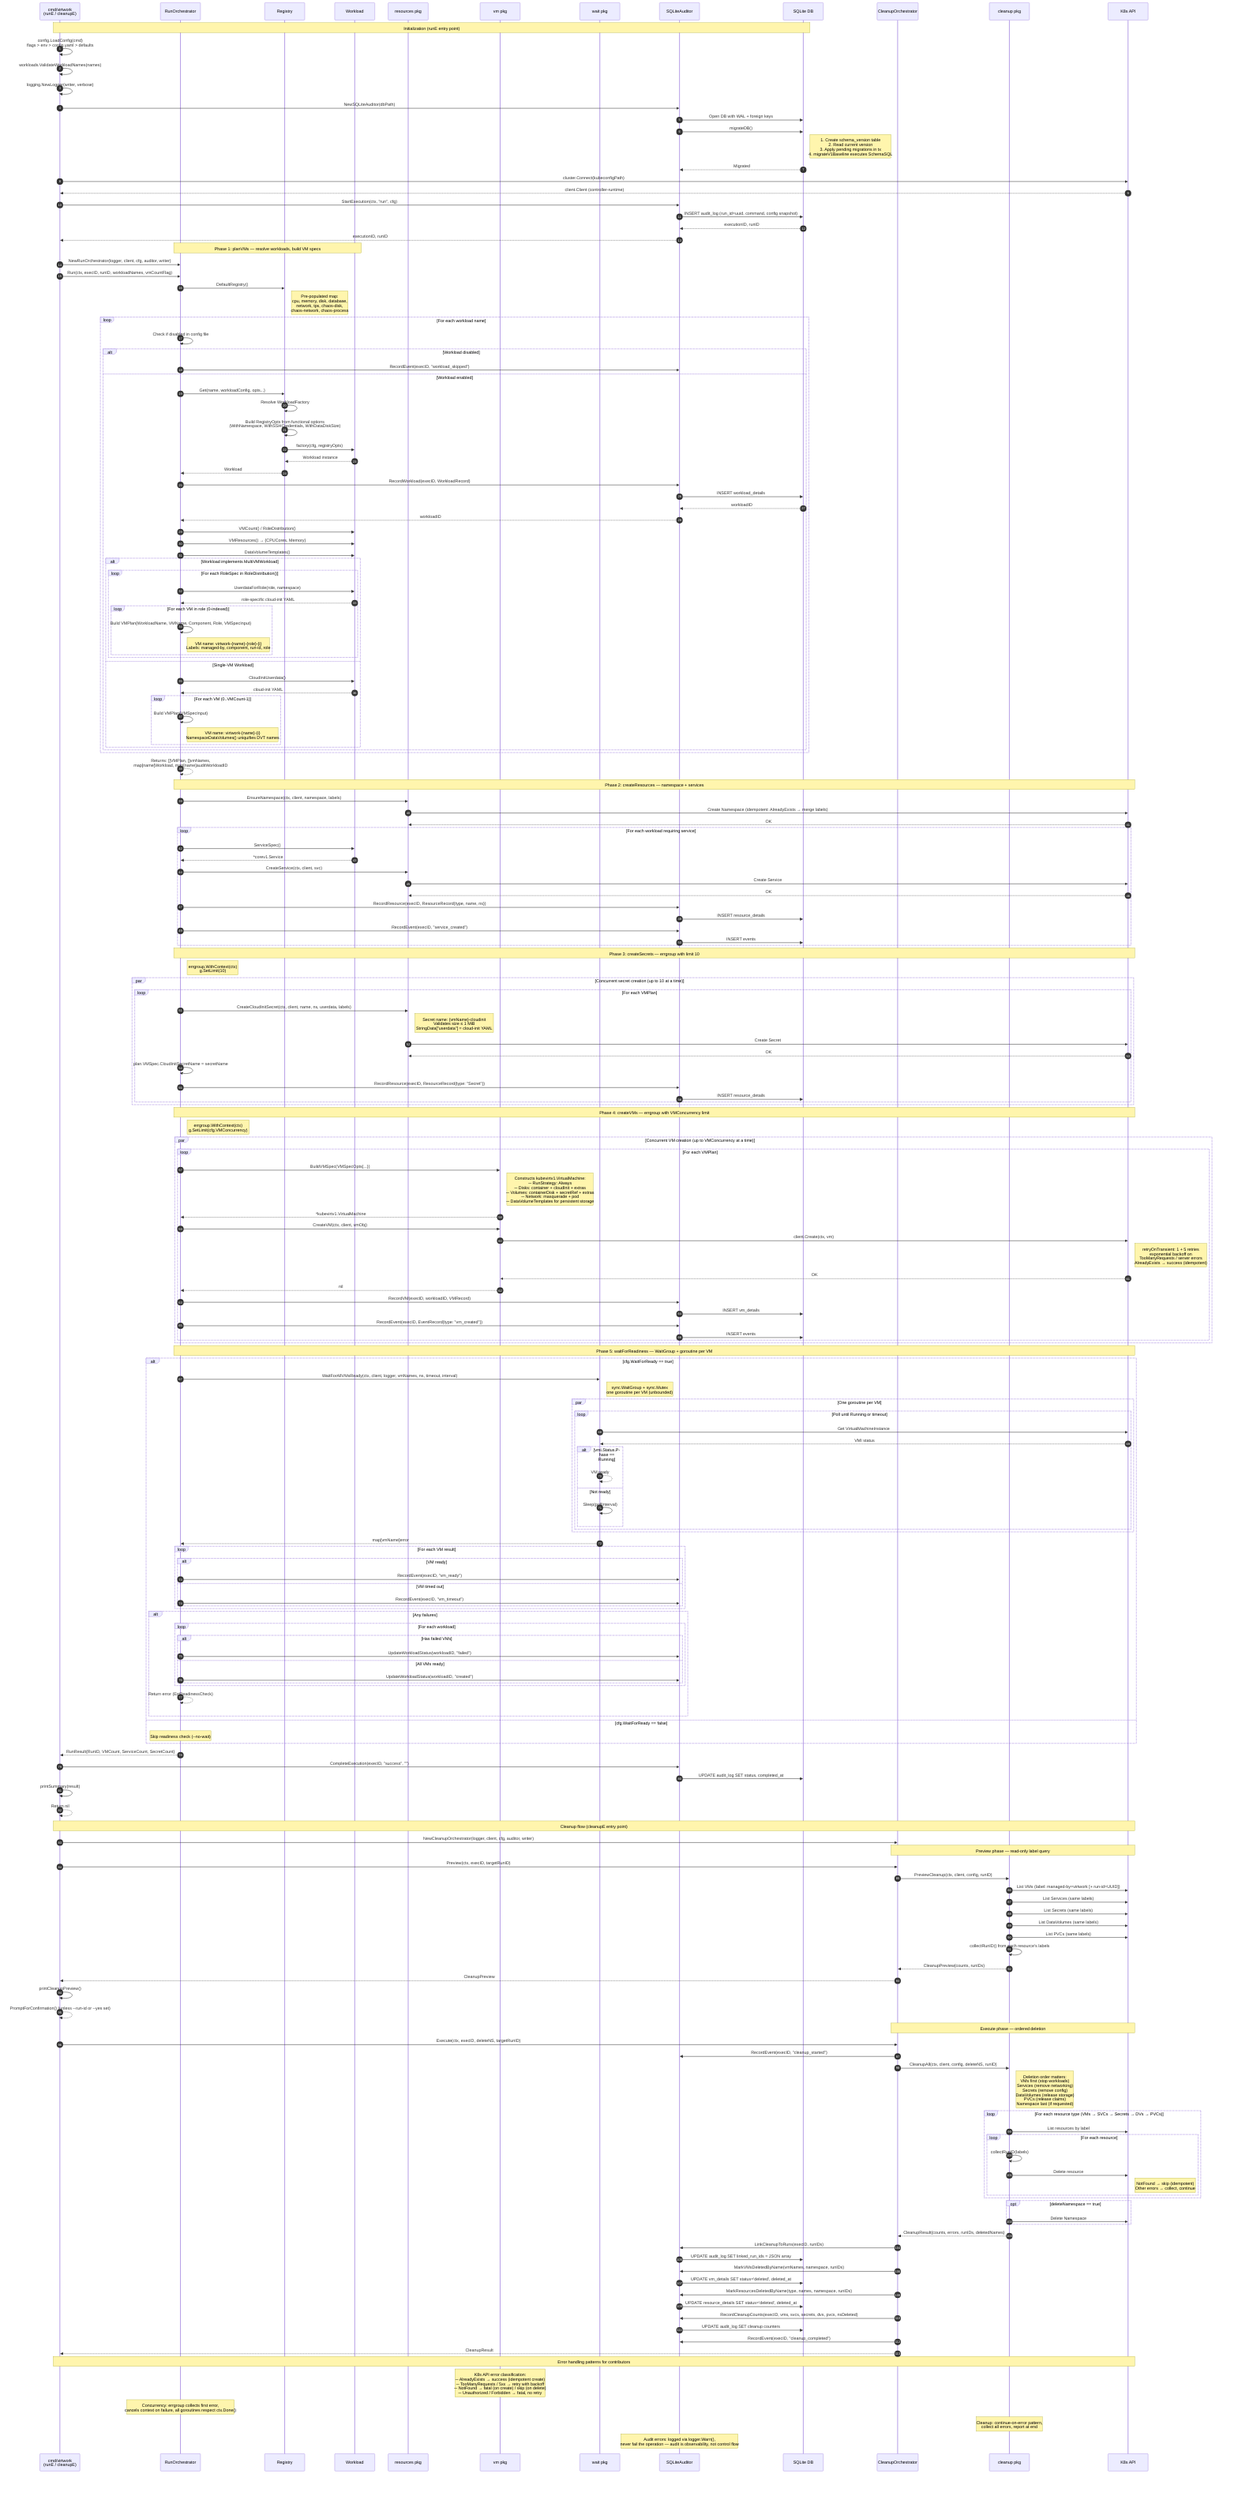
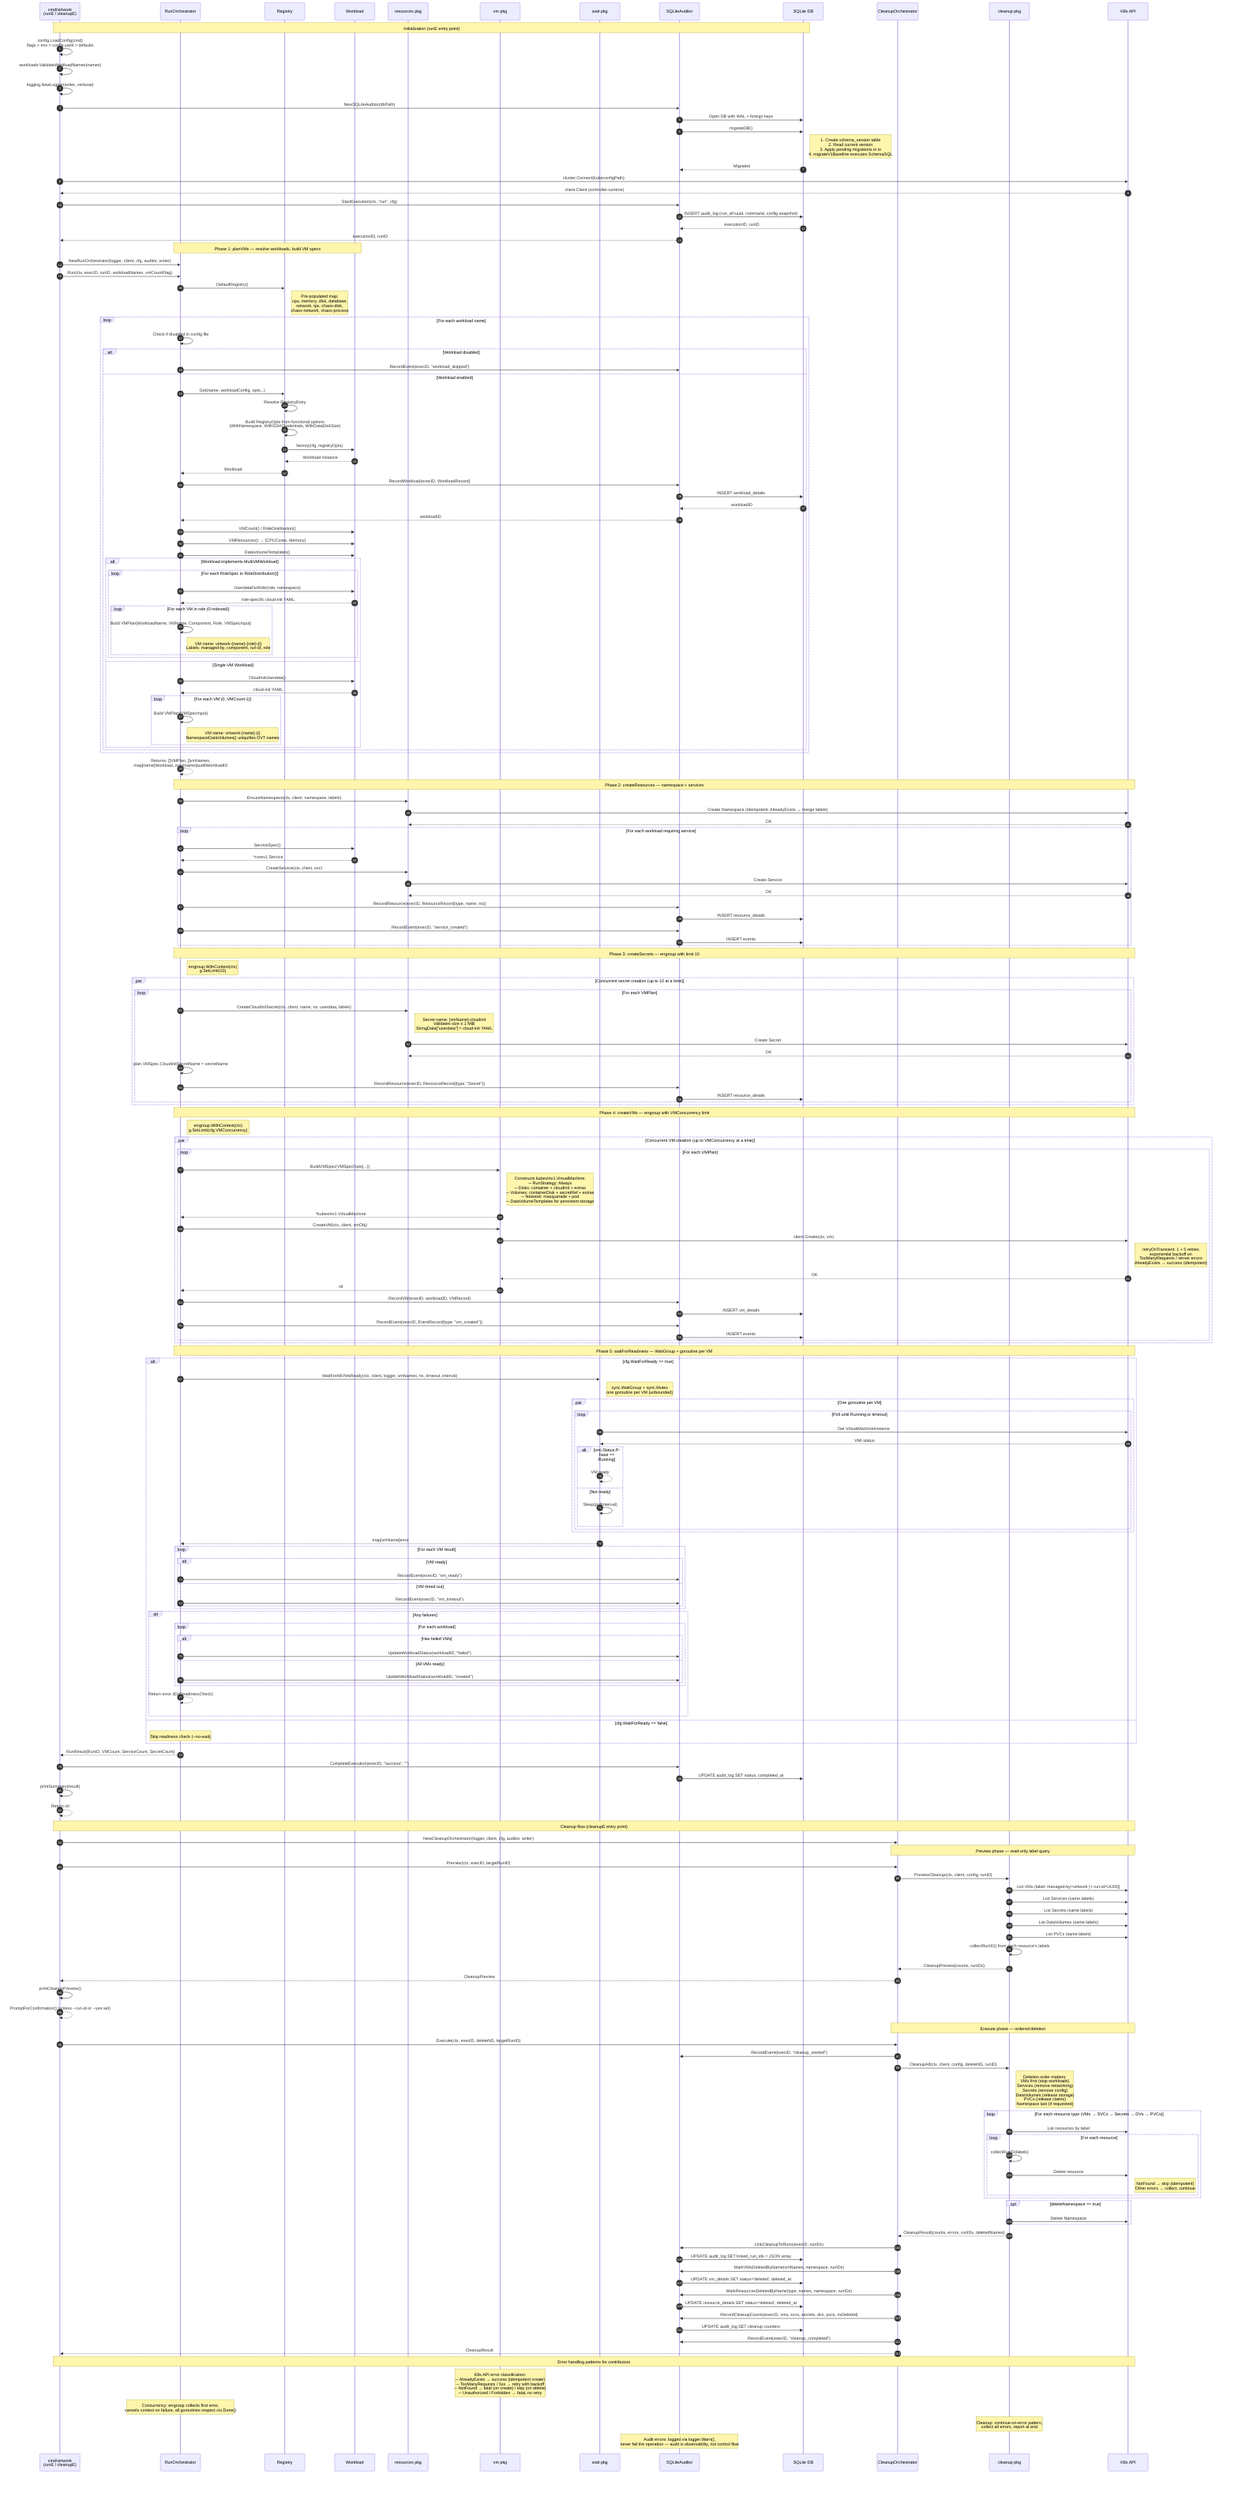
%% Contributor Deep-Dive: internal mechanics, concurrency, audit recording, cleanup
%% Audience: contributors resolving tech debt, fixing bugs, building novel workloads

sequenceDiagram
    autonumber

    participant CLI as cmd/virtwork<br/>(runE / cleanupE)
    participant RO as RunOrchestrator
    participant Reg as Registry
    participant WL as Workload
    participant Res as resources pkg
    participant VM as vm pkg
    participant Wait as wait pkg
    participant Aud as SQLiteAuditor
    participant DB as SQLite DB
    participant CO as CleanupOrchestrator
    participant CL as cleanup pkg
    participant K8s as K8s API

    %% ─── INITIALIZATION ─────────────────────────────────────────

    Note over CLI, DB: Initialization (runE entry point)
    CLI ->> CLI: config.LoadConfig(cmd)<br/>flags > env > config.yaml > defaults
    CLI ->> CLI: workloads.ValidateWorkloadNames(names)
    CLI ->> CLI: logging.NewLogger(writer, verbose)

    CLI ->> Aud: NewSQLiteAuditor(dbPath)
    Aud ->> DB: Open DB with WAL + foreign keys
    Aud ->> DB: migrateDB()
    Note right of DB: 1. Create schema_version table<br/>2. Read current version<br/>3. Apply pending migrations in tx<br/>4. migrateV1Baseline executes SchemaSQL
    DB -->> Aud: Migrated

    CLI ->> K8s: cluster.Connect(kubeconfigPath)
    K8s -->> CLI: client.Client (controller-runtime)

    CLI ->> Aud: StartExecution(ctx, "run", cfg)
    Aud ->> DB: INSERT audit_log (run_id=uuid, command, config snapshot)
    DB -->> Aud: executionID, runID
    Aud -->> CLI: executionID, runID

    %% ─── PLAN VMS ────────────────────────────────────────────────

    Note over RO, WL: Phase 1: planVMs — resolve workloads, build VM specs

    CLI ->> RO: NewRunOrchestrator(logger, client, cfg, auditor, writer)
    CLI ->> RO: Run(ctx, execID, runID, workloadNames, vmCountFlag)
    RO ->> Reg: DefaultRegistry()
    Note right of Reg: Pre-populated map:<br/>cpu, memory, disk, database,<br/>network, tps, chaos-disk,<br/>chaos-network, chaos-process

    loop For each workload name
        RO ->> RO: Check if disabled in config file
        alt Workload disabled
            RO ->> Aud: RecordEvent(execID, "workload_skipped")
        else Workload enabled
            RO ->> Reg: Get(name, workloadConfig, opts...)
-             Reg ->> Reg: Resolve WorkloadFactory
+             Reg ->> Reg: Resolve RegistryEntry
            Reg ->> Reg: Build RegistryOpts from functional options<br/>(WithNamespace, WithSSHCredentials, WithDataDiskSize)
            Reg ->> WL: factory(cfg, registryOpts)
            WL -->> Reg: Workload instance
            Reg -->> RO: Workload

            RO ->> Aud: RecordWorkload(execID, WorkloadRecord)
            Aud ->> DB: INSERT workload_details
            DB -->> Aud: workloadID
            Aud -->> RO: workloadID

            RO ->> WL: VMCount() / RoleDistribution()
            RO ->> WL: VMResources() → {CPUCores, Memory}
            RO ->> WL: DataVolumeTemplates()

            alt Workload implements MultiVMWorkload
                loop For each RoleSpec in RoleDistribution()
                    RO ->> WL: UserdataForRole(role, namespace)
                    WL -->> RO: role-specific cloud-init YAML
                    loop For each VM in role (0-indexed)
                        RO ->> RO: Build VMPlan{WorkloadName, VMName, Component, Role, VMSpecInput}
                        Note right of RO: VM name: virtwork-{name}-{role}-{i}<br/>Labels: managed-by, component, run-id, role
                    end
                end
            else Single-VM Workload
                RO ->> WL: CloudInitUserdata()
                WL -->> RO: cloud-init YAML
                loop For each VM (0..VMCount-1)
                    RO ->> RO: Build VMPlan{VMSpecInput}
                    Note right of RO: VM name: virtwork-{name}-{i}<br/>NamespaceDataVolumes() uniquifies DVT names
                end
            end
        end
    end

    RO -->> RO: Returns: []VMPlan, []vmNames,<br/>map[name]Workload, map[name]auditWorkloadID

    %% ─── CREATE RESOURCES ────────────────────────────────────────

    Note over RO, K8s: Phase 2: createResources — namespace + services
    RO ->> Res: EnsureNamespace(ctx, client, namespace, labels)
    Res ->> K8s: Create Namespace (idempotent: AlreadyExists → merge labels)
    K8s -->> Res: OK

    loop For each workload requiring service
        RO ->> WL: ServiceSpec()
        WL -->> RO: *corev1.Service
        RO ->> Res: CreateService(ctx, client, svc)
        Res ->> K8s: Create Service
        K8s -->> Res: OK
        RO ->> Aud: RecordResource(execID, ResourceRecord{type, name, ns})
        Aud ->> DB: INSERT resource_details
        RO ->> Aud: RecordEvent(execID, "service_created")
        Aud ->> DB: INSERT events
    end

    %% ─── CREATE SECRETS (PARALLEL) ──────────────────────────────

    Note over RO, K8s: Phase 3: createSecrets — errgroup with limit 10
    Note right of RO: errgroup.WithContext(ctx)<br/>g.SetLimit(10)

    par Concurrent secret creation (up to 10 at a time)
        loop For each VMPlan
            RO ->> Res: CreateCloudInitSecret(ctx, client, name, ns, userdata, labels)
            Note right of Res: Secret name: {vmName}-cloudinit<br/>Validates size ≤ 1 MiB<br/>StringData["userdata"] = cloud-init YAML
            Res ->> K8s: Create Secret
            K8s -->> Res: OK
            RO ->> RO: plan.VMSpec.CloudInitSecretName = secretName
            RO ->> Aud: RecordResource(execID, ResourceRecord{type: "Secret"})
            Aud ->> DB: INSERT resource_details
        end
    end

    %% ─── CREATE VMS (PARALLEL) ──────────────────────────────────

    Note over RO, K8s: Phase 4: createVMs — errgroup with VMConcurrency limit
    Note right of RO: errgroup.WithContext(ctx)<br/>g.SetLimit(cfg.VMConcurrency)

    par Concurrent VM creation (up to VMConcurrency at a time)
        loop For each VMPlan
            RO ->> VM: BuildVMSpec(VMSpecOpts{...})
            Note right of VM: Constructs kubevirtv1.VirtualMachine:<br/>─ RunStrategy: Always<br/>─ Disks: container + cloudInit + extras<br/>─ Volumes: containerDisk + secretRef + extras<br/>─ Network: masquerade + pod<br/>─ DataVolumeTemplates for persistent storage
            VM -->> RO: *kubevirtv1.VirtualMachine

            RO ->> VM: CreateVM(ctx, client, vmObj)
            VM ->> K8s: client.Create(ctx, vm)
            Note right of K8s: retryOnTransient: 1 + 5 retries<br/>exponential backoff on<br/>TooManyRequests / server errors<br/>AlreadyExists → success (idempotent)
            K8s -->> VM: OK
            VM -->> RO: nil

            RO ->> Aud: RecordVM(execID, workloadID, VMRecord)
            Aud ->> DB: INSERT vm_details
            RO ->> Aud: RecordEvent(execID, EventRecord{type: "vm_created"})
            Aud ->> DB: INSERT events
        end
    end

    %% ─── WAIT FOR READINESS (PARALLEL) ──────────────────────────

    Note over RO, K8s: Phase 5: waitForReadiness — WaitGroup + goroutine per VM
    alt cfg.WaitForReady == true
        RO ->> Wait: WaitForAllVMsReady(ctx, client, logger, vmNames, ns, timeout, interval)

        Note right of Wait: sync.WaitGroup + sync.Mutex<br/>one goroutine per VM (unbounded)

        par One goroutine per VM
            loop Poll until Running or timeout
                Wait ->> K8s: Get VirtualMachineInstance
                K8s -->> Wait: VMI status
                alt vmi.Status.Phase == Running
                    Wait -->> Wait: VM ready
                else Not ready
                    Wait ->> Wait: Sleep(pollInterval)
                end
            end
        end

        Wait -->> RO: map[vmName]error

        loop For each VM result
            alt VM ready
                RO ->> Aud: RecordEvent(execID, "vm_ready")
            else VM timed out
                RO ->> Aud: RecordEvent(execID, "vm_timeout")
            end
        end

        alt Any failures
            loop For each workload
                alt Has failed VMs
                    RO ->> Aud: UpdateWorkloadStatus(workloadID, "failed")
                else All VMs ready
                    RO ->> Aud: UpdateWorkloadStatus(workloadID, "created")
                end
            end
            RO -->> RO: Return error (ErrReadinessCheck)
        end
    else cfg.WaitForReady == false
        Note over RO: Skip readiness check (--no-wait)
    end

    %% ─── COMPLETION ─────────────────────────────────────────────

    RO -->> CLI: RunResult{RunID, VMCount, ServiceCount, SecretCount}
    CLI ->> Aud: CompleteExecution(execID, "success", "")
    Aud ->> DB: UPDATE audit_log SET status, completed_at
    CLI ->> CLI: printSummary(result)
    CLI -->> CLI: Return nil

    %% ═══ CLEANUP DEEP-DIVE ══════════════════════════════════════

    Note over CLI, K8s: Cleanup flow (cleanupE entry point)
    CLI ->> CO: NewCleanupOrchestrator(logger, client, cfg, auditor, writer)

    Note over CO, K8s: Preview phase — read-only label query
    CLI ->> CO: Preview(ctx, execID, targetRunID)
    CO ->> CL: PreviewCleanup(ctx, client, config, runID)
    CL ->> K8s: List VMs (label: managed-by=virtwork [+ run-id=UUID])
    CL ->> K8s: List Services (same labels)
    CL ->> K8s: List Secrets (same labels)
    CL ->> K8s: List DataVolumes (same labels)
    CL ->> K8s: List PVCs (same labels)
    CL ->> CL: collectRunID() from each resource's labels
    CL -->> CO: CleanupPreview{counts, runIDs}
    CO -->> CLI: CleanupPreview

    CLI ->> CLI: printCleanupPreview()
    CLI -->> CLI: PromptForConfirmation() (unless --run-id or --yes set)

    Note over CO, K8s: Execute phase — ordered deletion
    CLI ->> CO: Execute(ctx, execID, deleteNS, targetRunID)
    CO ->> Aud: RecordEvent(execID, "cleanup_started")

    CO ->> CL: CleanupAll(ctx, client, config, deleteNS, runID)

    Note right of CL: Deletion order matters:<br/>VMs first (stop workloads)<br/>Services (remove networking)<br/>Secrets (remove config)<br/>DataVolumes (release storage)<br/>PVCs (release claims)<br/>Namespace last (if requested)

    loop For each resource type (VMs → SVCs → Secrets → DVs → PVCs)
        CL ->> K8s: List resources by label
        loop For each resource
            CL ->> CL: collectRunID(labels)
            CL ->> K8s: Delete resource
            Note right of K8s: NotFound → skip (idempotent)<br/>Other errors → collect, continue
        end
    end

    opt deleteNamespace == true
        CL ->> K8s: Delete Namespace
    end

    CL -->> CO: CleanupResult{counts, errors, runIDs, deletedNames}
    CO ->> Aud: LinkCleanupToRuns(execID, runIDs)
    Aud ->> DB: UPDATE audit_log SET linked_run_ids = JSON array
    CO ->> Aud: MarkVMsDeletedByName(vmNames, namespace, runIDs)
    Aud ->> DB: UPDATE vm_details SET status='deleted', deleted_at
    CO ->> Aud: MarkResourcesDeletedByName(type, names, namespace, runIDs)
    Aud ->> DB: UPDATE resource_details SET status='deleted', deleted_at
    CO ->> Aud: RecordCleanupCounts(execID, vms, svcs, secrets, dvs, pvcs, nsDeleted)
    Aud ->> DB: UPDATE audit_log SET cleanup counters
    CO ->> Aud: RecordEvent(execID, "cleanup_completed")
    CO -->> CLI: CleanupResult

    %% ─── ERROR HANDLING PATTERNS ────────────────────────────────

    Note over CLI, K8s: Error handling patterns for contributors
    Note over VM: K8s API error classification:<br/>─ AlreadyExists → success (idempotent create)<br/>─ TooManyRequests / 5xx → retry with backoff<br/>─ NotFound → fatal (on create) / skip (on delete)<br/>─ Unauthorized / Forbidden → fatal, no retry
    Note over RO: Concurrency: errgroup collects first error,<br/>cancels context on failure, all goroutines respect ctx.Done()
    Note over CL: Cleanup: continue-on-error pattern,<br/>collect all errors, report at end
    Note over Aud: Audit errors: logged via logger.Warn(),<br/>never fail the operation — audit is observability, not control flow
